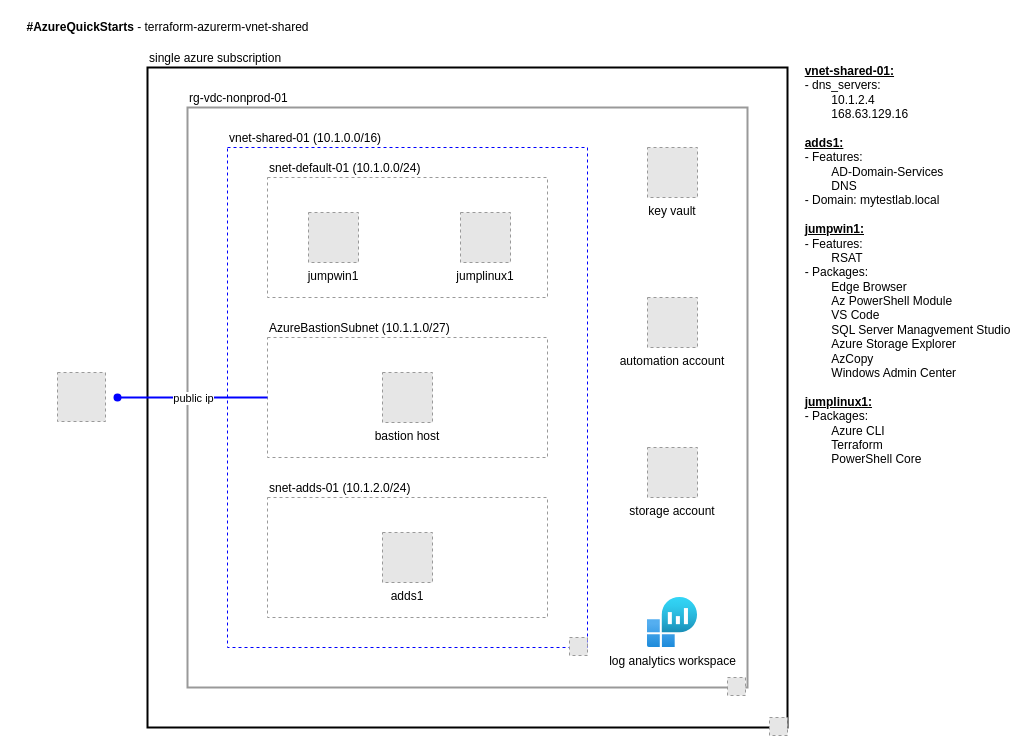
Before: terraform-azurerm-vnet-shared/vnet-shared-diagram.drawio in doherty100/azuresandbox, a draw.io diagram. Source tidied: cells renumbered, new cells numbered last; positions are measured from the earlier drawing's top-left corner, leaving out a move shared by most shapes. Both pictures are drawn from the tidied source at 100%, with x=0, y=0 at pixel (17, 17). Pictures stored in the file or linked from it are replaced by grey dashed boxes.
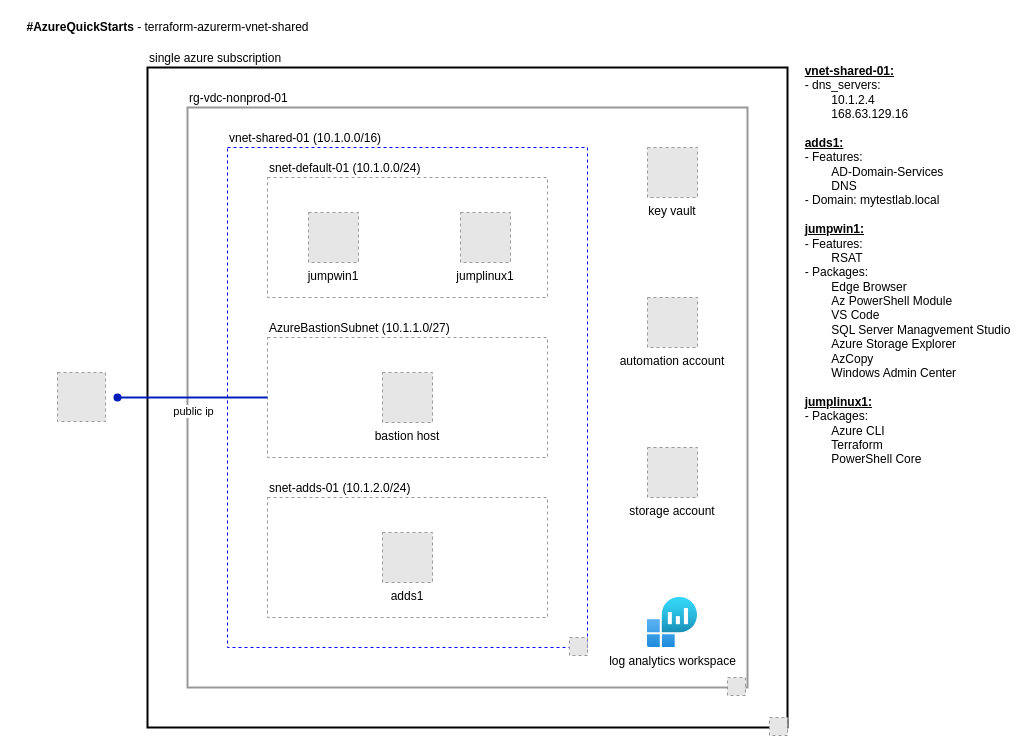
The same page after the edit.

Unchanged cells that the change refers to:
```xml
<mxCell id="6" value="AzureBastionSubnet (10.1.1.0/27)" style="rounded=0;whiteSpace=wrap;html=1;dashed=1;fontColor=#000000;fillColor=none;align=left;strokeColor=#999999;labelPosition=center;verticalLabelPosition=top;verticalAlign=bottom;" parent="1" vertex="1">
  <mxGeometry x="250" y="320" width="280" height="120" as="geometry" />
</mxCell>
```

Change to the diagram source:
```diff
@@
-    <mxCell id="17" value="public ip" style="edgeStyle=orthogonalEdgeStyle;rounded=0;jettySize=auto;html=1;exitX=0;exitY=0.5;exitDx=0;exitDy=0;strokeColor=#0000FF;strokeWidth=2;endArrow=oval;endFill=1;labelBackgroundColor=#FFFFFF;fontColor=#000000;" parent="1" edge="1" source="6">
+    <mxCell id="17" value="public ip" style="edgeStyle=orthogonalEdgeStyle;rounded=0;jettySize=auto;html=1;exitX=0;exitY=0.5;exitDx=0;exitDy=0;strokeColor=#001DBC;strokeWidth=2;endArrow=oval;endFill=1;labelBackgroundColor=#FFFFFF;fontColor=#000000;verticalAlign=top;fillColor=#0050ef;" parent="1" edge="1" source="6">
       <mxGeometry relative="1" as="geometry">
         <mxPoint x="100" y="380" as="targetPoint" />
       </mxGeometry>
     </mxCell>
```
